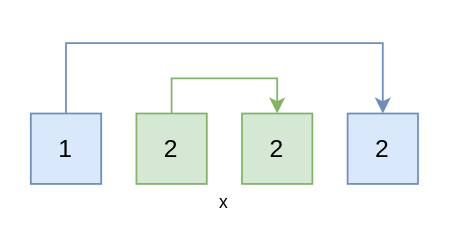
Before: page "2" (2 of 2) of problems/problem9.drawio in hanggrian/grind-leetcode, a draw.io diagram. Source tidied: cells renumbered, new cells numbered last; positions are measured from the earlier drawing's top-left corner, leaving out a move shared by most shapes. Both pictures are drawn from the tidied source at 176%, with x=0, y=0 at pixel (30, 42).
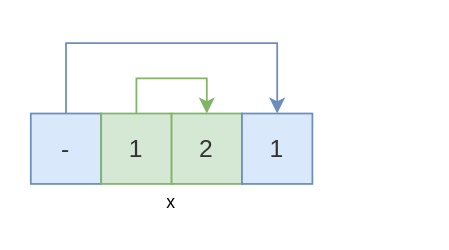
After the change.

Change to the diagram source:
```diff
@@
 <mxGraphModel>
   <root>
     <mxCell id="0" />
     <mxCell id="1" parent="0" />
     <mxCell id="2" style="edgeStyle=orthogonalEdgeStyle;rounded=0;jettySize=auto;html=1;exitX=0.5;exitY=0;exitDx=0;exitDy=0;entryX=0.5;entryY=0;entryDx=0;entryDy=0;fillColor=#dae8fc;strokeColor=#6c8ebf;" parent="1" edge="1" source="3" target="7">
       <mxGeometry relative="1" as="geometry">
         <Array as="points">
           <mxPoint x="20" />
-          <mxPoint x="200" />
+          <mxPoint x="140" />
         </Array>
       </mxGeometry>
     </mxCell>
-    <mxCell id="3" value="1" style="text;html=1;align=center;verticalAlign=middle;whiteSpace=wrap;rounded=0;fillColor=#dae8fc;strokeColor=#6c8ebf;fontSize=14;" parent="1" vertex="1">
+    <mxCell id="3" value="-" style="text;html=1;align=center;verticalAlign=middle;whiteSpace=wrap;rounded=0;fillColor=#dae8fc;strokeColor=#6c8ebf;fontSize=14;fontColor=#333333;" parent="1" vertex="1">
       <mxGeometry y="40" width="40" height="40" as="geometry" />
     </mxCell>
     <mxCell id="4" style="edgeStyle=orthogonalEdgeStyle;rounded=0;jettySize=auto;html=1;exitX=0.5;exitY=0;exitDx=0;exitDy=0;entryX=0.5;entryY=0;entryDx=0;entryDy=0;fillColor=#d5e8d4;strokeColor=#82b366;" parent="1" edge="1" source="5" target="6">
       <mxGeometry relative="1" as="geometry" />
     </mxCell>
-    <mxCell id="5" value="2" style="text;html=1;align=center;verticalAlign=middle;whiteSpace=wrap;rounded=0;fillColor=#d5e8d4;strokeColor=#82b366;fontSize=14;" parent="1" vertex="1">
-      <mxGeometry x="60" y="40" width="40" height="40" as="geometry" />
+    <mxCell id="5" value="1" style="text;html=1;align=center;verticalAlign=middle;whiteSpace=wrap;rounded=0;fillColor=#d5e8d4;strokeColor=#82b366;fontSize=14;fontColor=#333333;" parent="1" vertex="1">
+      <mxGeometry x="40" y="40" width="40" height="40" as="geometry" />
     </mxCell>
-    <mxCell id="6" value="2" style="text;html=1;align=center;verticalAlign=middle;whiteSpace=wrap;rounded=0;fillColor=#d5e8d4;strokeColor=#82b366;fontSize=14;" parent="1" vertex="1">
-      <mxGeometry x="120" y="40" width="40" height="40" as="geometry" />
+    <mxCell id="6" value="2" style="text;html=1;align=center;verticalAlign=middle;whiteSpace=wrap;rounded=0;fillColor=#d5e8d4;strokeColor=#82b366;fontSize=14;fontColor=#333333;" parent="1" vertex="1">
+      <mxGeometry x="80" y="40" width="40" height="40" as="geometry" />
     </mxCell>
-    <mxCell id="7" value="2" style="text;html=1;align=center;verticalAlign=middle;whiteSpace=wrap;rounded=0;fillColor=#dae8fc;strokeColor=#6c8ebf;fontSize=14;" parent="1" vertex="1">
-      <mxGeometry x="180" y="40" width="40" height="40" as="geometry" />
+    <mxCell id="7" value="1" style="text;html=1;align=center;verticalAlign=middle;whiteSpace=wrap;rounded=0;fillColor=#dae8fc;strokeColor=#6c8ebf;fontSize=14;fontColor=#333333;" parent="1" vertex="1">
+      <mxGeometry x="120" y="40" width="40" height="40" as="geometry" />
     </mxCell>
     <mxCell id="8" value="x" style="text;html=1;align=center;verticalAlign=middle;whiteSpace=wrap;rounded=0;fontSize=10;" parent="1" vertex="1">
-      <mxGeometry y="80" width="220" height="20" as="geometry" />
+      <mxGeometry y="80" width="160" height="20" as="geometry" />
     </mxCell>
   </root>
 </mxGraphModel>
```
